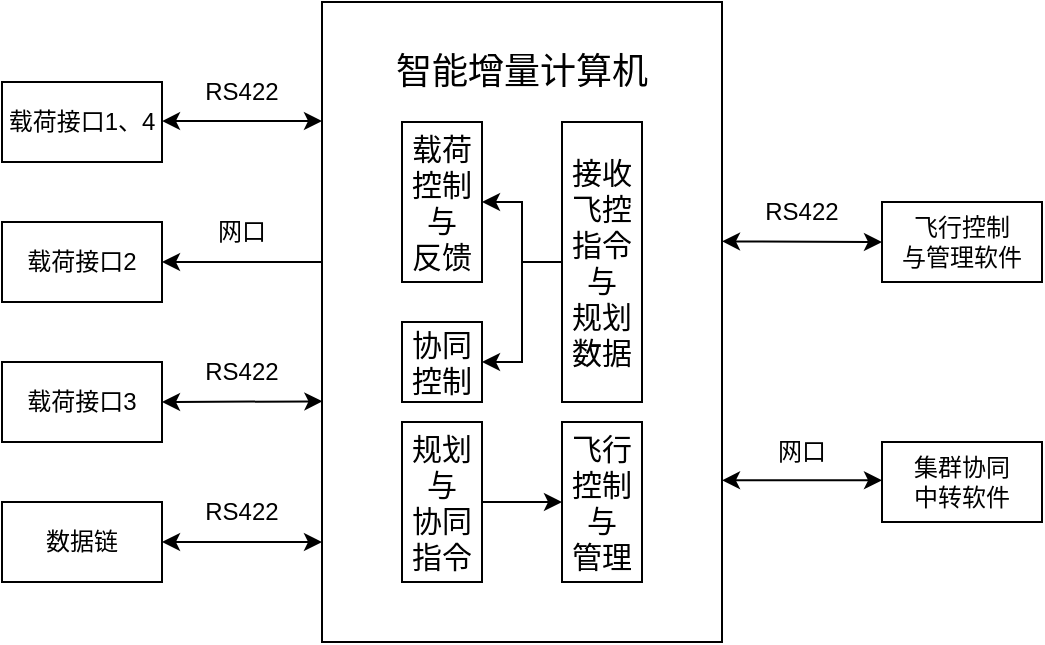
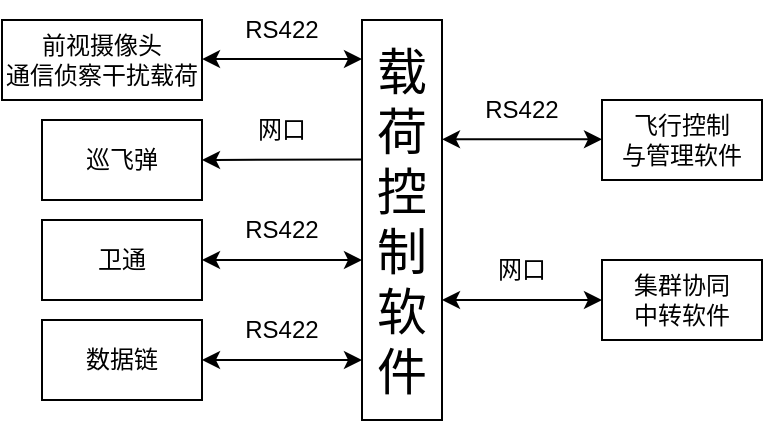
<mxfile host="app.diagrams.net" agent="Mozilla/5.0 (Windows NT 10.0; Win64; x64) AppleWebKit/537.36 (KHTML, like Gecko) Chrome/146.0.0.0 Safari/537.36" version="29.3.7">
-   <diagram name="第 1 页" id="P7U0p2YBgUwdi0rxASiN">
+   <diagram name="第 1 页" id="NlSPOMpl6no0FbNGVIRb">
    <mxGraphModel dx="786" dy="497" grid="1" gridSize="10" guides="1" tooltips="1" connect="1" arrows="1" fold="1" page="1" pageScale="1" pageWidth="827" pageHeight="1169" math="0" shadow="0">
      <root>
        <mxCell id="0" />
        <mxCell id="1" parent="0" />
-         <mxCell id="FJUeLi_HETRFmbpACcdS-1" parent="1" style="rounded=0;whiteSpace=wrap;html=1;" value="" vertex="1">
-           <mxGeometry height="320" width="200" x="280" y="80" as="geometry" />
+         <mxCell id="-c5naS9hgRaYut2M-Iny-1" parent="1" style="rounded=0;whiteSpace=wrap;html=1;" value="&lt;font style=&quot;font-size: 25px;&quot;&gt;载荷控制软件&lt;/font&gt;" vertex="1">
+           <mxGeometry height="200" width="40" x="240" y="120" as="geometry" />
        </mxCell>
-         <mxCell id="FJUeLi_HETRFmbpACcdS-2" parent="1" style="text;html=1;whiteSpace=wrap;strokeColor=none;fillColor=none;align=center;verticalAlign=middle;rounded=0;" value="&lt;font style=&quot;font-size: 18px;&quot;&gt;智能增量计算机&lt;/font&gt;" vertex="1">
-           <mxGeometry height="30" width="140" x="310" y="100" as="geometry" />
-         </mxCell>
-         <mxCell id="FJUeLi_HETRFmbpACcdS-5" edge="1" parent="1" source="FJUeLi_HETRFmbpACcdS-3" style="edgeStyle=orthogonalEdgeStyle;rounded=0;orthogonalLoop=1;jettySize=auto;html=1;" target="FJUeLi_HETRFmbpACcdS-4" value="">
-           <mxGeometry relative="1" as="geometry" />
-         </mxCell>
-         <mxCell id="FJUeLi_HETRFmbpACcdS-3" parent="1" style="rounded=0;whiteSpace=wrap;html=1;" value="&lt;font style=&quot;font-size: 15px;&quot;&gt;接收飞控指令与&lt;br&gt;规划数据&lt;/font&gt;" vertex="1">
-           <mxGeometry height="140" width="40" x="400" y="140" as="geometry" />
-         </mxCell>
-         <mxCell id="FJUeLi_HETRFmbpACcdS-4" parent="1" style="rounded=0;whiteSpace=wrap;html=1;" value="&lt;font style=&quot;font-size: 15px;&quot;&gt;载荷控制&lt;/font&gt;&lt;div&gt;&lt;font style=&quot;font-size: 15px;&quot;&gt;与&lt;/font&gt;&lt;div&gt;&lt;font style=&quot;font-size: 15px;&quot;&gt;反馈&lt;/font&gt;&lt;/div&gt;&lt;/div&gt;" vertex="1">
-           <mxGeometry height="80" width="40" x="320" y="140" as="geometry" />
-         </mxCell>
-         <mxCell id="FJUeLi_HETRFmbpACcdS-6" parent="1" style="rounded=0;whiteSpace=wrap;html=1;" value="载荷接口1、4" vertex="1">
-           <mxGeometry height="40" width="80" x="120" y="120" as="geometry" />
-         </mxCell>
-         <mxCell id="FJUeLi_HETRFmbpACcdS-7" parent="1" style="rounded=0;whiteSpace=wrap;html=1;" value="载荷接口2" vertex="1">
-           <mxGeometry height="40" width="80" x="120" y="190" as="geometry" />
-         </mxCell>
-         <mxCell id="FJUeLi_HETRFmbpACcdS-8" parent="1" style="rounded=0;whiteSpace=wrap;html=1;" value="载荷接口3" vertex="1">
-           <mxGeometry height="40" width="80" x="120" y="260" as="geometry" />
-         </mxCell>
-         <mxCell id="FJUeLi_HETRFmbpACcdS-9" parent="1" style="rounded=0;whiteSpace=wrap;html=1;" value="数据链" vertex="1">
-           <mxGeometry height="40" width="80" x="120" y="330" as="geometry" />
-         </mxCell>
-         <mxCell id="FJUeLi_HETRFmbpACcdS-14" edge="1" parent="1" source="FJUeLi_HETRFmbpACcdS-8" style="endArrow=classic;startArrow=classic;html=1;rounded=0;exitX=1;exitY=0.5;exitDx=0;exitDy=0;entryX=0.001;entryY=0.624;entryDx=0;entryDy=0;entryPerimeter=0;" target="FJUeLi_HETRFmbpACcdS-1" value="">
-           <mxGeometry height="50" relative="1" width="50" as="geometry">
-             <mxPoint x="200" y="290" as="sourcePoint" />
-             <mxPoint x="250" y="240" as="targetPoint" />
+         <mxCell id="-c5naS9hgRaYut2M-Iny-3" edge="1" parent="1" style="edgeStyle=orthogonalEdgeStyle;rounded=0;orthogonalLoop=1;jettySize=auto;html=1;" value="">
+           <mxGeometry relative="1" as="geometry">
+             <mxPoint x="320" y="180" as="targetPoint" />
          </mxGeometry>
        </mxCell>
-         <mxCell id="FJUeLi_HETRFmbpACcdS-15" edge="1" parent="1" style="endArrow=classic;html=1;rounded=0;entryX=1;entryY=0.5;entryDx=0;entryDy=0;" target="FJUeLi_HETRFmbpACcdS-7" value="">
+         <mxCell id="-c5naS9hgRaYut2M-Iny-6" parent="1" style="rounded=0;whiteSpace=wrap;html=1;" value="前视摄像头&lt;br&gt;通信侦察干扰载荷" vertex="1">
+           <mxGeometry height="40" width="100" x="60" y="120" as="geometry" />
+         </mxCell>
+         <mxCell id="-c5naS9hgRaYut2M-Iny-7" parent="1" style="rounded=0;whiteSpace=wrap;html=1;" value="巡飞弹" vertex="1">
+           <mxGeometry height="40" width="80" x="80" y="170" as="geometry" />
+         </mxCell>
+         <mxCell id="-c5naS9hgRaYut2M-Iny-8" parent="1" style="rounded=0;whiteSpace=wrap;html=1;" value="卫通" vertex="1">
+           <mxGeometry height="40" width="80" x="80" y="220" as="geometry" />
+         </mxCell>
+         <mxCell id="-c5naS9hgRaYut2M-Iny-9" parent="1" style="rounded=0;whiteSpace=wrap;html=1;" value="数据链" vertex="1">
+           <mxGeometry height="40" width="80" x="80" y="270" as="geometry" />
+         </mxCell>
+         <mxCell id="-c5naS9hgRaYut2M-Iny-10" edge="1" parent="1" source="-c5naS9hgRaYut2M-Iny-8" style="endArrow=classic;startArrow=classic;html=1;rounded=0;exitX=1;exitY=0.5;exitDx=0;exitDy=0;" value="">
          <mxGeometry height="50" relative="1" width="50" as="geometry">
-             <mxPoint x="280" y="210" as="sourcePoint" />
-             <mxPoint x="290" y="190" as="targetPoint" />
+             <mxPoint x="160" y="290" as="sourcePoint" />
+             <mxPoint x="240" y="240" as="targetPoint" />
          </mxGeometry>
        </mxCell>
-         <mxCell id="FJUeLi_HETRFmbpACcdS-16" edge="1" parent="1" source="FJUeLi_HETRFmbpACcdS-9" style="endArrow=classic;startArrow=classic;html=1;rounded=0;exitX=1;exitY=0.5;exitDx=0;exitDy=0;" value="">
+         <mxCell id="-c5naS9hgRaYut2M-Iny-11" edge="1" parent="1" source="-c5naS9hgRaYut2M-Iny-1" style="endArrow=classic;html=1;rounded=0;entryX=1;entryY=0.5;entryDx=0;entryDy=0;exitX=-0.008;exitY=0.349;exitDx=0;exitDy=0;exitPerimeter=0;" target="-c5naS9hgRaYut2M-Iny-7" value="">
          <mxGeometry height="50" relative="1" width="50" as="geometry">
-             <mxPoint x="240" y="340" as="sourcePoint" />
-             <mxPoint x="280" y="350" as="targetPoint" />
+             <mxPoint x="240" y="210" as="sourcePoint" />
+             <mxPoint x="250" y="190" as="targetPoint" />
          </mxGeometry>
        </mxCell>
-         <mxCell id="FJUeLi_HETRFmbpACcdS-17" parent="1" style="rounded=0;whiteSpace=wrap;html=1;" value="飞行控制&lt;div&gt;与管理软件&lt;/div&gt;" vertex="1">
-           <mxGeometry height="40" width="80" x="560" y="180" as="geometry" />
-         </mxCell>
-         <mxCell id="FJUeLi_HETRFmbpACcdS-22" parent="1" style="rounded=0;whiteSpace=wrap;html=1;" value="集群协同&lt;div&gt;中转软件&lt;/div&gt;" vertex="1">
-           <mxGeometry height="40" width="80" x="560" y="300" as="geometry" />
-         </mxCell>
-         <mxCell id="FJUeLi_HETRFmbpACcdS-25" parent="1" style="text;html=1;whiteSpace=wrap;strokeColor=none;fillColor=none;align=center;verticalAlign=middle;rounded=0;" value="RS422" vertex="1">
-           <mxGeometry height="30" width="60" x="490" y="170" as="geometry" />
-         </mxCell>
-         <mxCell id="FJUeLi_HETRFmbpACcdS-26" parent="1" style="text;html=1;whiteSpace=wrap;strokeColor=none;fillColor=none;align=center;verticalAlign=middle;rounded=0;" value="网口" vertex="1">
-           <mxGeometry height="30" width="60" x="490" y="290" as="geometry" />
-         </mxCell>
-         <mxCell id="FJUeLi_HETRFmbpACcdS-28" parent="1" style="text;html=1;whiteSpace=wrap;strokeColor=none;fillColor=none;align=center;verticalAlign=middle;rounded=0;" value="RS422" vertex="1">
-           <mxGeometry height="30" width="60" x="210" y="110" as="geometry" />
-         </mxCell>
-         <mxCell id="FJUeLi_HETRFmbpACcdS-29" parent="1" style="text;html=1;whiteSpace=wrap;strokeColor=none;fillColor=none;align=center;verticalAlign=middle;rounded=0;" value="网口" vertex="1">
-           <mxGeometry height="30" width="60" x="210" y="180" as="geometry" />
-         </mxCell>
-         <mxCell id="FJUeLi_HETRFmbpACcdS-30" parent="1" style="text;html=1;whiteSpace=wrap;strokeColor=none;fillColor=none;align=center;verticalAlign=middle;rounded=0;" value="RS422" vertex="1">
-           <mxGeometry height="30" width="60" x="210" y="250" as="geometry" />
-         </mxCell>
-         <mxCell id="FJUeLi_HETRFmbpACcdS-31" parent="1" style="text;html=1;whiteSpace=wrap;strokeColor=none;fillColor=none;align=center;verticalAlign=middle;rounded=0;" value="RS422" vertex="1">
-           <mxGeometry height="30" width="60" x="210" y="320" as="geometry" />
-         </mxCell>
-         <mxCell id="FJUeLi_HETRFmbpACcdS-32" edge="1" parent="1" source="FJUeLi_HETRFmbpACcdS-1" style="endArrow=classic;startArrow=classic;html=1;rounded=0;entryX=0;entryY=0.5;entryDx=0;entryDy=0;exitX=1;exitY=0.374;exitDx=0;exitDy=0;exitPerimeter=0;" target="FJUeLi_HETRFmbpACcdS-17" value="">
+         <mxCell id="-c5naS9hgRaYut2M-Iny-12" edge="1" parent="1" source="-c5naS9hgRaYut2M-Iny-9" style="endArrow=classic;startArrow=classic;html=1;rounded=0;exitX=1;exitY=0.5;exitDx=0;exitDy=0;entryX=0;entryY=0.85;entryDx=0;entryDy=0;entryPerimeter=0;" target="-c5naS9hgRaYut2M-Iny-1" value="">
          <mxGeometry height="50" relative="1" width="50" as="geometry">
-             <mxPoint x="400" y="240" as="sourcePoint" />
-             <mxPoint x="450" y="190" as="targetPoint" />
+             <mxPoint x="200" y="340" as="sourcePoint" />
+             <mxPoint x="240" y="350" as="targetPoint" />
          </mxGeometry>
        </mxCell>
-         <mxCell id="FJUeLi_HETRFmbpACcdS-33" edge="1" parent="1" style="endArrow=classic;startArrow=classic;html=1;rounded=0;exitX=0.999;exitY=0.358;exitDx=0;exitDy=0;exitPerimeter=0;" value="">
+         <mxCell id="-c5naS9hgRaYut2M-Iny-13" parent="1" style="rounded=0;whiteSpace=wrap;html=1;" value="飞行控制&lt;div&gt;与管理软件&lt;/div&gt;" vertex="1">
+           <mxGeometry height="40" width="80" x="360" y="160" as="geometry" />
+         </mxCell>
+         <mxCell id="-c5naS9hgRaYut2M-Iny-14" parent="1" style="rounded=0;whiteSpace=wrap;html=1;" value="集群协同&lt;div&gt;中转软件&lt;/div&gt;" vertex="1">
+           <mxGeometry height="40" width="80" x="360" y="240" as="geometry" />
+         </mxCell>
+         <mxCell id="-c5naS9hgRaYut2M-Iny-15" parent="1" style="text;html=1;whiteSpace=wrap;strokeColor=none;fillColor=none;align=center;verticalAlign=middle;rounded=0;" value="RS422" vertex="1">
+           <mxGeometry height="30" width="60" x="290" y="150" as="geometry" />
+         </mxCell>
+         <mxCell id="-c5naS9hgRaYut2M-Iny-16" parent="1" style="text;html=1;whiteSpace=wrap;strokeColor=none;fillColor=none;align=center;verticalAlign=middle;rounded=0;" value="网口" vertex="1">
+           <mxGeometry height="30" width="60" x="290" y="230" as="geometry" />
+         </mxCell>
+         <mxCell id="-c5naS9hgRaYut2M-Iny-17" parent="1" style="text;html=1;whiteSpace=wrap;strokeColor=none;fillColor=none;align=center;verticalAlign=middle;rounded=0;" value="RS422" vertex="1">
+           <mxGeometry height="30" width="60" x="170" y="110" as="geometry" />
+         </mxCell>
+         <mxCell id="-c5naS9hgRaYut2M-Iny-18" parent="1" style="text;html=1;whiteSpace=wrap;strokeColor=none;fillColor=none;align=center;verticalAlign=middle;rounded=0;" value="网口" vertex="1">
+           <mxGeometry height="30" width="60" x="170" y="160" as="geometry" />
+         </mxCell>
+         <mxCell id="-c5naS9hgRaYut2M-Iny-19" parent="1" style="text;html=1;whiteSpace=wrap;strokeColor=none;fillColor=none;align=center;verticalAlign=middle;rounded=0;" value="RS422" vertex="1">
+           <mxGeometry height="30" width="60" x="170" y="210" as="geometry" />
+         </mxCell>
+         <mxCell id="-c5naS9hgRaYut2M-Iny-20" parent="1" style="text;html=1;whiteSpace=wrap;strokeColor=none;fillColor=none;align=center;verticalAlign=middle;rounded=0;" value="RS422" vertex="1">
+           <mxGeometry height="30" width="60" x="170" y="260" as="geometry" />
+         </mxCell>
+         <mxCell id="-c5naS9hgRaYut2M-Iny-22" edge="1" parent="1" style="endArrow=classic;startArrow=classic;html=1;rounded=0;exitX=0.999;exitY=0.358;exitDx=0;exitDy=0;exitPerimeter=0;" value="">
          <mxGeometry height="50" relative="1" width="50" as="geometry">
-             <mxPoint x="480" y="319.17" as="sourcePoint" />
-             <mxPoint x="560" y="319.17" as="targetPoint" />
+             <mxPoint x="280" y="260" as="sourcePoint" />
+             <mxPoint x="360" y="260" as="targetPoint" />
          </mxGeometry>
        </mxCell>
-         <mxCell id="FJUeLi_HETRFmbpACcdS-38" edge="1" parent="1" source="FJUeLi_HETRFmbpACcdS-3" style="edgeStyle=orthogonalEdgeStyle;rounded=0;orthogonalLoop=1;jettySize=auto;html=1;entryX=1;entryY=0.5;entryDx=0;entryDy=0;exitX=0;exitY=0.5;exitDx=0;exitDy=0;" target="FJUeLi_HETRFmbpACcdS-37">
-           <mxGeometry relative="1" as="geometry">
-             <mxPoint x="400" y="280" as="sourcePoint" />
+         <mxCell id="-c5naS9hgRaYut2M-Iny-28" edge="1" parent="1" style="endArrow=classic;startArrow=classic;html=1;rounded=0;exitX=1;exitY=0.5;exitDx=0;exitDy=0;entryX=0.001;entryY=0.624;entryDx=0;entryDy=0;entryPerimeter=0;" value="">
+           <mxGeometry height="50" relative="1" width="50" as="geometry">
+             <mxPoint x="160" y="139.51999999999998" as="sourcePoint" />
+             <mxPoint x="240" y="139.51999999999998" as="targetPoint" />
          </mxGeometry>
        </mxCell>
-         <mxCell id="FJUeLi_HETRFmbpACcdS-37" parent="1" style="rounded=0;whiteSpace=wrap;html=1;" value="&lt;font style=&quot;font-size: 15px;&quot;&gt;协同控制&lt;/font&gt;" vertex="1">
-           <mxGeometry height="40" width="40" x="320" y="240" as="geometry" />
-         </mxCell>
-         <mxCell id="FJUeLi_HETRFmbpACcdS-39" parent="1" style="rounded=0;whiteSpace=wrap;html=1;" value="&lt;font style=&quot;font-size: 15px;&quot;&gt;规划&lt;/font&gt;&lt;div&gt;&lt;font style=&quot;font-size: 15px;&quot;&gt;与&lt;/font&gt;&lt;div&gt;&lt;span style=&quot;font-size: 15px;&quot;&gt;协同指令&lt;/span&gt;&lt;/div&gt;&lt;/div&gt;" vertex="1">
-           <mxGeometry height="80" width="40" x="320" y="290" as="geometry" />
-         </mxCell>
-         <mxCell id="FJUeLi_HETRFmbpACcdS-40" parent="1" style="rounded=0;whiteSpace=wrap;html=1;" value="&lt;font style=&quot;font-size: 15px;&quot;&gt;飞行控制与&lt;/font&gt;&lt;div&gt;&lt;font style=&quot;font-size: 15px;&quot;&gt;管理&lt;/font&gt;&lt;/div&gt;" vertex="1">
-           <mxGeometry height="80" width="40" x="400" y="290" as="geometry" />
-         </mxCell>
-         <mxCell id="FJUeLi_HETRFmbpACcdS-41" edge="1" parent="1" style="endArrow=classic;html=1;rounded=0;entryX=0;entryY=0.5;entryDx=0;entryDy=0;" target="FJUeLi_HETRFmbpACcdS-40" value="">
+         <mxCell id="-c5naS9hgRaYut2M-Iny-30" edge="1" parent="1" style="endArrow=classic;startArrow=classic;html=1;rounded=0;exitX=0.999;exitY=0.358;exitDx=0;exitDy=0;exitPerimeter=0;" value="">
          <mxGeometry height="50" relative="1" width="50" as="geometry">
-             <mxPoint x="360" y="330" as="sourcePoint" />
-             <mxPoint x="350" y="280" as="targetPoint" />
-           </mxGeometry>
-         </mxCell>
-         <mxCell id="-yjdLRFRVeEzjYulkgjf-1" edge="1" parent="1" style="endArrow=classic;startArrow=classic;html=1;rounded=0;exitX=1;exitY=0.5;exitDx=0;exitDy=0;entryX=0.001;entryY=0.624;entryDx=0;entryDy=0;entryPerimeter=0;" value="">
-           <mxGeometry height="50" relative="1" width="50" as="geometry">
-             <mxPoint x="200" y="139.52" as="sourcePoint" />
-             <mxPoint x="280" y="139.52" as="targetPoint" />
+             <mxPoint x="280" y="179.66" as="sourcePoint" />
+             <mxPoint x="360" y="179.66" as="targetPoint" />
          </mxGeometry>
        </mxCell>
      </root>
    </mxGraphModel>
  </diagram>
</mxfile>
